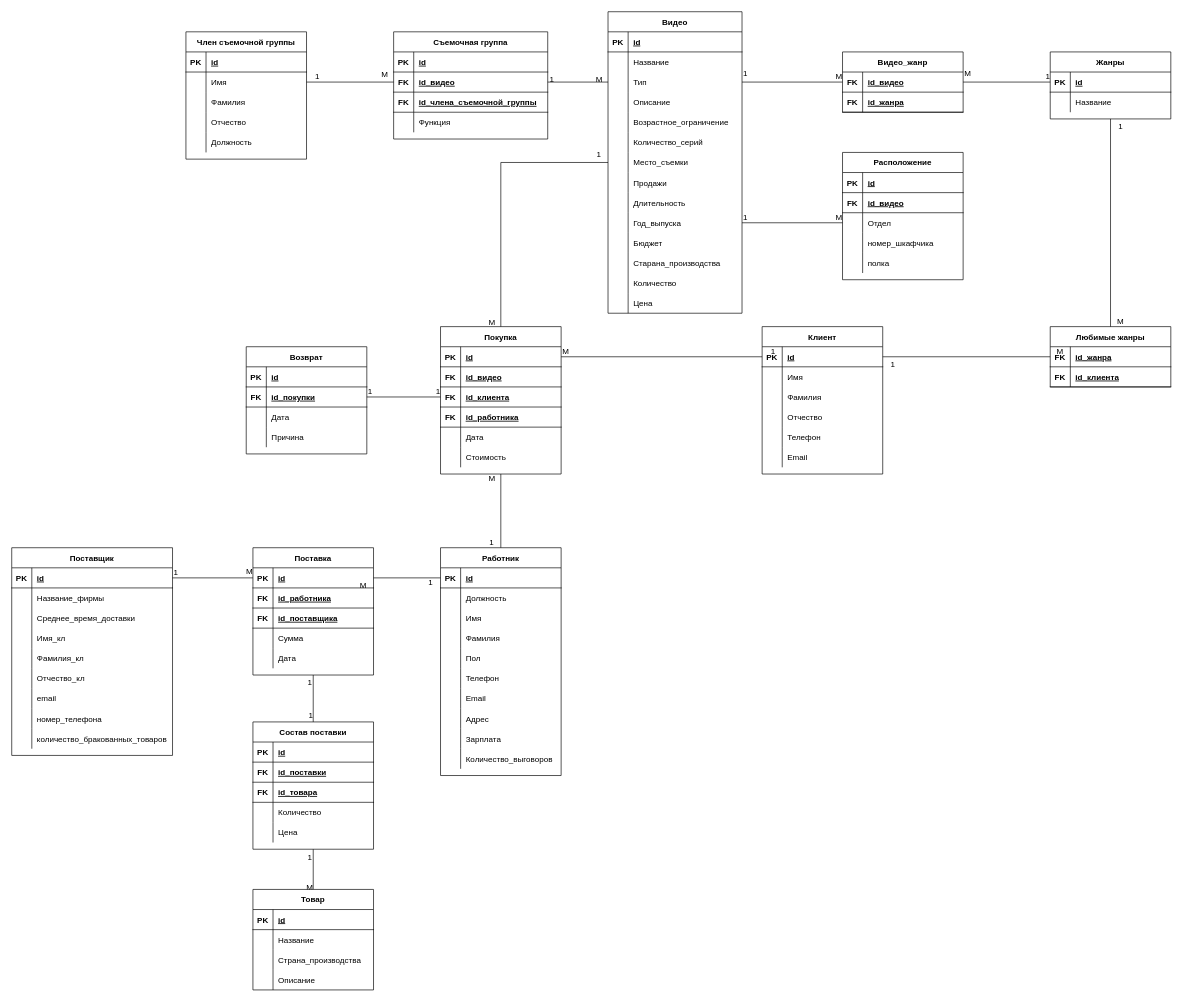
The draw.io diagram er-video-shop.drawio in bonnysid/er-diagram-video-shop, before the edit. Source tidied: cells renumbered, new cells numbered last; positions are measured from the earlier drawing's top-left corner, leaving out a move shared by most shapes. Both pictures are drawn from the tidied source at 67%, with x=0, y=0 at pixel (11, 11).
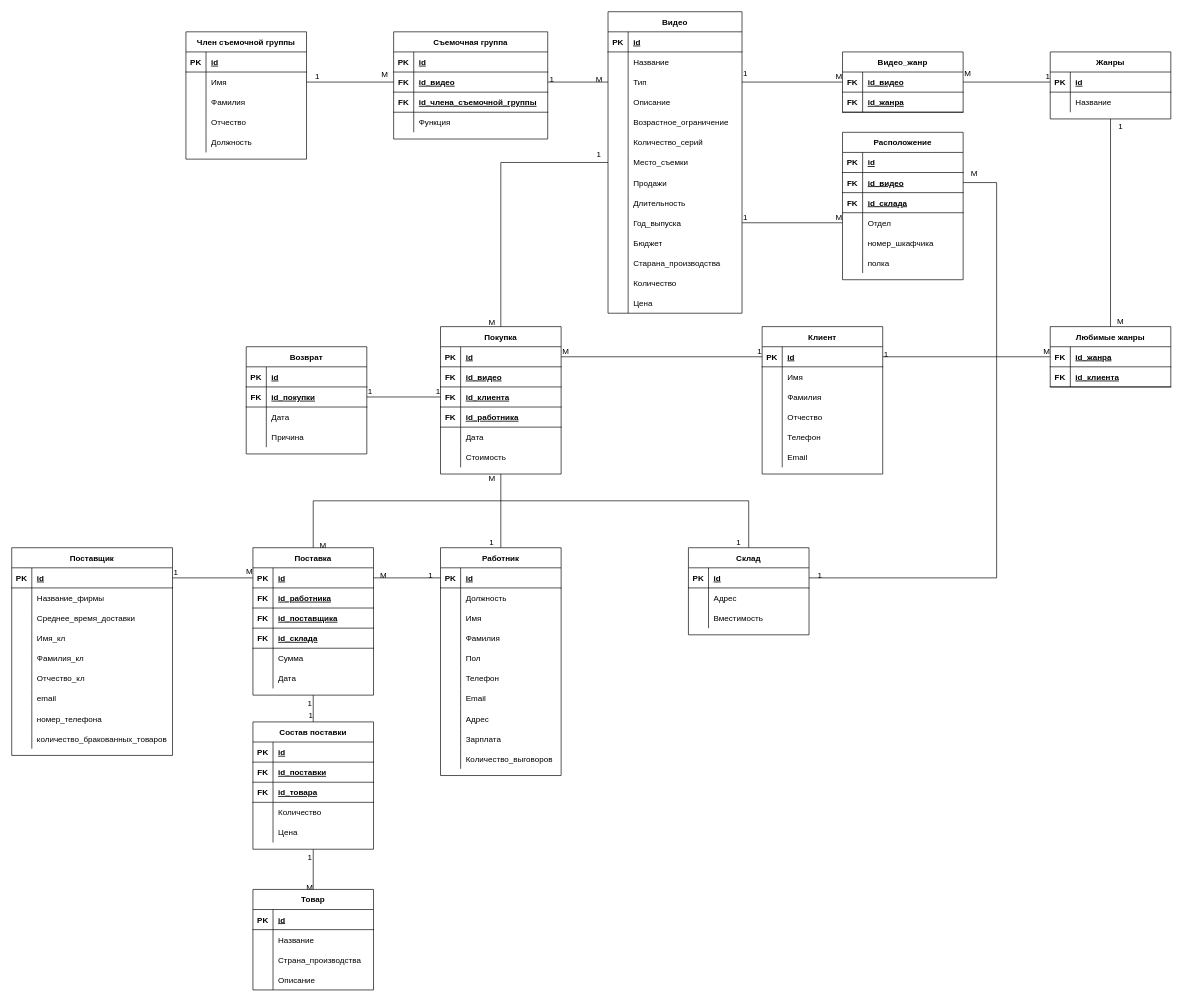
The same page after the edit.

The change refers to these unchanged cells:
```xml
<mxCell id="169" style="shape=partialRectangle;fillColor=none;top=0;left=0;bottom=1;right=0;points=[[0,0.5],[1,0.5]];portConstraint=eastwest;" parent="165" vertex="1">
  <mxGeometry y="60" width="180" height="30" as="geometry" />
</mxCell>
<mxCell id="234" style="endArrow=none;html=1;rounded=0;exitX=1;exitY=0.5;exitDx=0;exitDy=0;entryX=0;entryY=0.5;entryDx=0;entryDy=0;" parent="1" edge="1" source="185" target="238">
  <mxGeometry relative="1" as="geometry" />
</mxCell>
<mxCell id="238" style="shape=partialRectangle;fillColor=none;top=0;left=0;bottom=1;right=0;points=[[0,0.5],[1,0.5]];portConstraint=eastwest;" parent="237" vertex="1">
  <mxGeometry y="30" width="180" height="30" as="geometry" />
</mxCell>
<mxCell id="256" value="Любимые жанры" style="shape=table;startSize=30;childLayout=tableLayout;rowLines=0;fontStyle=1;align=center;" parent="1" vertex="1">
  <mxGeometry x="1550" y="470" width="180" height="90" as="geometry" />
</mxCell>
<mxCell id="257" style="shape=partialRectangle;fillColor=none;top=0;left=0;bottom=1;right=0;points=[[0,0.5],[1,0.5]];portConstraint=eastwest;" parent="256" vertex="1">
  <mxGeometry y="30" width="180" height="30" as="geometry" />
</mxCell>
<mxCell id="295" style="endArrow=none;html=1;rounded=0;exitX=0;exitY=0.5;exitDx=0;exitDy=0;entryX=1;entryY=0.5;entryDx=0;entryDy=0;" parent="1" edge="1" source="126" target="82">
  <mxGeometry relative="1" as="geometry" />
</mxCell>
```

The edit, as a diff of the source:
```diff
@@
     <mxCell id="81" value="Поставка" style="shape=table;startSize=30;childLayout=tableLayout;rowLines=0;fontStyle=1;align=center;" parent="1" vertex="1">
-      <mxGeometry x="360" y="800" width="180" height="190" as="geometry" />
+      <mxGeometry x="360" y="800" width="180" height="220" as="geometry" />
     </mxCell>
@@
+    <mxCell id="311" style="shape=partialRectangle;fillColor=none;top=0;left=0;bottom=1;right=0;" parent="81" vertex="1">
+      <mxGeometry y="90" width="180" height="30" as="geometry" />
+    </mxCell>
+    <mxCell id="312" value="FK" style="shape=partialRectangle;fillColor=none;top=0;left=0;bottom=0;right=0;fontStyle=1;overflow=hidden;" parent="311" vertex="1">
+      <mxGeometry width="30" height="30" as="geometry" />
+    </mxCell>
+    <mxCell id="313" value="id_поставщика" style="shape=partialRectangle;fillColor=none;top=0;left=0;bottom=0;right=0;align=left;spacingLeft=6;fontStyle=5;overflow=hidden;" parent="311" vertex="1">
+      <mxGeometry x="30" width="150" height="30" as="geometry" />
+    </mxCell>
     <mxCell id="88" style="shape=partialRectangle;fillColor=none;top=0;left=0;bottom=1;right=0;" parent="81" vertex="1">
-      <mxGeometry y="90" width="180" height="30" as="geometry" />
+      <mxGeometry y="120" width="180" height="30" as="geometry" />
     </mxCell>
@@
-    <mxCell id="90" value="id_поставщика" style="shape=partialRectangle;fillColor=none;top=0;left=0;bottom=0;right=0;align=left;spacingLeft=6;fontStyle=5;overflow=hidden;" parent="88" vertex="1">
+    <mxCell id="90" value="id_склада" style="shape=partialRectangle;fillColor=none;top=0;left=0;bottom=0;right=0;align=left;spacingLeft=6;fontStyle=5;overflow=hidden;" parent="88" vertex="1">
       <mxGeometry x="30" width="150" height="30" as="geometry" />
     </mxCell>
     <mxCell id="91" style="shape=partialRectangle;fillColor=none;top=0;left=0;bottom=0;right=0;" parent="81" vertex="1">
-      <mxGeometry y="120" width="180" height="30" as="geometry" />
+      <mxGeometry y="150" width="180" height="30" as="geometry" />
     </mxCell>
@@
     <mxCell id="94" style="shape=partialRectangle;fillColor=none;top=0;left=0;bottom=0;right=0;" parent="81" vertex="1">
-      <mxGeometry y="150" width="180" height="30" as="geometry" />
+      <mxGeometry y="180" width="180" height="30" as="geometry" />
     </mxCell>
@@
     <mxCell id="165" value="Расположение" style="shape=table;startSize=30;childLayout=tableLayout;rowLines=0;fontStyle=1;align=center;" parent="1" vertex="1">
-      <mxGeometry x="1240" y="210" width="180" height="190" as="geometry" />
+      <mxGeometry x="1240" y="180" width="180" height="220" as="geometry" />
     </mxCell>
@@
+    <mxCell id="314" style="shape=partialRectangle;fillColor=none;top=0;left=0;bottom=1;right=0;" parent="165" vertex="1">
+      <mxGeometry y="90" width="180" height="30" as="geometry" />
+    </mxCell>
+    <mxCell id="315" value="FK" style="shape=partialRectangle;fillColor=none;top=0;left=0;bottom=0;right=0;fontStyle=1;overflow=hidden;" parent="314" vertex="1">
+      <mxGeometry width="30" height="30" as="geometry" />
+    </mxCell>
+    <mxCell id="316" value="id_склада" style="shape=partialRectangle;fillColor=none;top=0;left=0;bottom=0;right=0;align=left;spacingLeft=6;fontStyle=5;overflow=hidden;" parent="314" vertex="1">
+      <mxGeometry x="30" width="150" height="30" as="geometry" />
+    </mxCell>
     <mxCell id="172" style="shape=partialRectangle;fillColor=none;top=0;left=0;bottom=0;right=0;points=[[0,0.5],[1,0.5]];portConstraint=eastwest;" parent="165" vertex="1">
-      <mxGeometry y="90" width="180" height="30" as="geometry" />
+      <mxGeometry y="120" width="180" height="30" as="geometry" />
     </mxCell>
@@
     <mxCell id="175" style="shape=partialRectangle;fillColor=none;top=0;left=0;bottom=0;right=0;" parent="165" vertex="1">
-      <mxGeometry y="120" width="180" height="30" as="geometry" />
+      <mxGeometry y="150" width="180" height="30" as="geometry" />
     </mxCell>
@@
     <mxCell id="178" style="shape=partialRectangle;fillColor=none;top=0;left=0;bottom=0;right=0;" parent="165" vertex="1">
-      <mxGeometry y="150" width="180" height="30" as="geometry" />
+      <mxGeometry y="180" width="180" height="30" as="geometry" />
     </mxCell>
@@
-    <mxCell id="225" style="endArrow=none;html=1;rounded=0;exitX=1;exitY=0.5;exitDx=0;exitDy=0;" parent="1" edge="1" source="238" target="256">
+    <mxCell id="225" style="endArrow=none;html=1;rounded=0;exitX=1;exitY=0.5;exitDx=0;exitDy=0;entryX=0;entryY=0.5;entryDx=0;entryDy=0;" parent="1" edge="1" source="238" target="257">
       <mxGeometry relative="1" as="geometry" />
     </mxCell>
     <mxCell id="226" value="1" style="html=1;align=left;verticalAlign=bottom;" parent="225" vertex="1">
       <mxGeometry x="-1" relative="1" as="geometry">
-        <mxPoint x="10" y="20" as="offset" />
+        <mxPoint y="5" as="offset" />
       </mxGeometry>
     </mxCell>
     <mxCell id="227" value="M" style="html=1;align=right;verticalAlign=bottom;" parent="225" vertex="1">
-      <mxGeometry x="1" relative="1" as="geometry">
-        <mxPoint x="19.9" as="offset" />
-      </mxGeometry>
+      <mxGeometry x="1" relative="1" as="geometry" />
     </mxCell>
@@
     <mxCell id="236" value="1" style="html=1;align=right;verticalAlign=bottom;" parent="234" vertex="1">
-      <mxGeometry x="1" relative="1" as="geometry">
-        <mxPoint x="20" as="offset" />
-      </mxGeometry>
+      <mxGeometry x="1" relative="1" as="geometry" />
     </mxCell>
@@
     <mxCell id="296" value="1" style="html=1;align=left;verticalAlign=bottom;" parent="295" vertex="1">
       <mxGeometry x="-1" relative="1" as="geometry">
-        <mxPoint x="-20" y="15" as="offset" />
+        <mxPoint x="-20" y="5" as="offset" />
       </mxGeometry>
     </mxCell>
     <mxCell id="297" value="M" style="html=1;align=right;verticalAlign=bottom;" parent="295" vertex="1">
       <mxGeometry x="1" relative="1" as="geometry">
-        <mxPoint x="-10" y="20" as="offset" />
+        <mxPoint x="20" y="5" as="offset" />
       </mxGeometry>
     </mxCell>
@@
+    <mxCell id="317" value="Склад" style="shape=table;startSize=30;childLayout=tableLayout;rowLines=0;fontStyle=1;align=center;" parent="1" vertex="1">
+      <mxGeometry x="1010" y="800" width="180" height="130" as="geometry" />
+    </mxCell>
+    <mxCell id="318" style="shape=partialRectangle;fillColor=none;top=0;left=0;bottom=1;right=0;points=[[0,0.5],[1,0.5]];portConstraint=eastwest;" parent="317" vertex="1">
+      <mxGeometry y="30" width="180" height="30" as="geometry" />
+    </mxCell>
+    <mxCell id="319" value="PK" style="shape=partialRectangle;fillColor=none;top=0;left=0;bottom=0;right=0;fontStyle=1;overflow=hidden;" parent="318" vertex="1">
+      <mxGeometry width="30" height="30" as="geometry" />
+    </mxCell>
+    <mxCell id="320" value="id" style="shape=partialRectangle;fillColor=none;top=0;left=0;bottom=0;right=0;align=left;spacingLeft=6;fontStyle=5;overflow=hidden;" parent="318" vertex="1">
+      <mxGeometry x="30" width="150" height="30" as="geometry" />
+    </mxCell>
+    <mxCell id="321" style="shape=partialRectangle;fillColor=none;top=0;left=0;bottom=0;right=0;" parent="317" vertex="1">
+      <mxGeometry y="60" width="180" height="30" as="geometry" />
+    </mxCell>
+    <mxCell id="322" style="shape=partialRectangle;fillColor=none;top=0;left=0;bottom=0;right=0;overflow=hidden;" parent="321" vertex="1">
+      <mxGeometry width="30" height="30" as="geometry" />
+    </mxCell>
+    <mxCell id="323" value="Адрес" style="shape=partialRectangle;fillColor=none;top=0;left=0;bottom=0;right=0;align=left;spacingLeft=6;overflow=hidden;" parent="321" vertex="1">
+      <mxGeometry x="30" width="150" height="30" as="geometry" />
+    </mxCell>
+    <mxCell id="324" style="shape=partialRectangle;fillColor=none;top=0;left=0;bottom=0;right=0;" parent="317" vertex="1">
+      <mxGeometry y="90" width="180" height="30" as="geometry" />
+    </mxCell>
+    <mxCell id="325" style="shape=partialRectangle;fillColor=none;top=0;left=0;bottom=0;right=0;overflow=hidden;" parent="324" vertex="1">
+      <mxGeometry width="30" height="30" as="geometry" />
+    </mxCell>
+    <mxCell id="326" value="Вместимость" style="shape=partialRectangle;fillColor=none;top=0;left=0;bottom=0;right=0;align=left;spacingLeft=6;overflow=hidden;" parent="324" vertex="1">
+      <mxGeometry x="30" width="150" height="30" as="geometry" />
+    </mxCell>
+    <mxCell id="327" style="endArrow=none;html=1;rounded=0;entryX=0.5;entryY=0;entryDx=0;entryDy=0;exitX=0.5;exitY=0;exitDx=0;exitDy=0;" parent="1" edge="1" source="317" target="81">
+      <mxGeometry relative="1" as="geometry">
+        <Array as="points">
+          <mxPoint x="1100" y="730" />
+          <mxPoint x="450" y="730" />
+        </Array>
+      </mxGeometry>
+    </mxCell>
+    <mxCell id="328" value="1" style="html=1;align=left;verticalAlign=bottom;" parent="327" vertex="1">
+      <mxGeometry x="-1" relative="1" as="geometry">
+        <mxPoint x="-20" as="offset" />
+      </mxGeometry>
+    </mxCell>
+    <mxCell id="329" value="M" style="html=1;align=right;verticalAlign=bottom;" parent="327" vertex="1">
+      <mxGeometry x="1" relative="1" as="geometry">
+        <mxPoint x="20" y="5" as="offset" />
+      </mxGeometry>
+    </mxCell>
+    <mxCell id="330" style="endArrow=none;html=1;rounded=0;entryX=1;entryY=0.5;entryDx=0;entryDy=0;exitX=1;exitY=0.5;exitDx=0;exitDy=0;" parent="1" edge="1" source="169" target="318">
+      <mxGeometry relative="1" as="geometry">
+        <Array as="points">
+          <mxPoint x="1470" y="255" />
+          <mxPoint x="1470" y="845" />
+        </Array>
+      </mxGeometry>
+    </mxCell>
+    <mxCell id="331" value="М" style="html=1;align=left;verticalAlign=bottom;" parent="330" vertex="1">
+      <mxGeometry x="-1" relative="1" as="geometry">
+        <mxPoint x="10" y="-5" as="offset" />
+      </mxGeometry>
+    </mxCell>
+    <mxCell id="332" value="1" style="html=1;align=right;verticalAlign=bottom;" parent="330" vertex="1">
+      <mxGeometry x="1" relative="1" as="geometry">
+        <mxPoint x="20" y="5" as="offset" />
+      </mxGeometry>
+    </mxCell>
```
